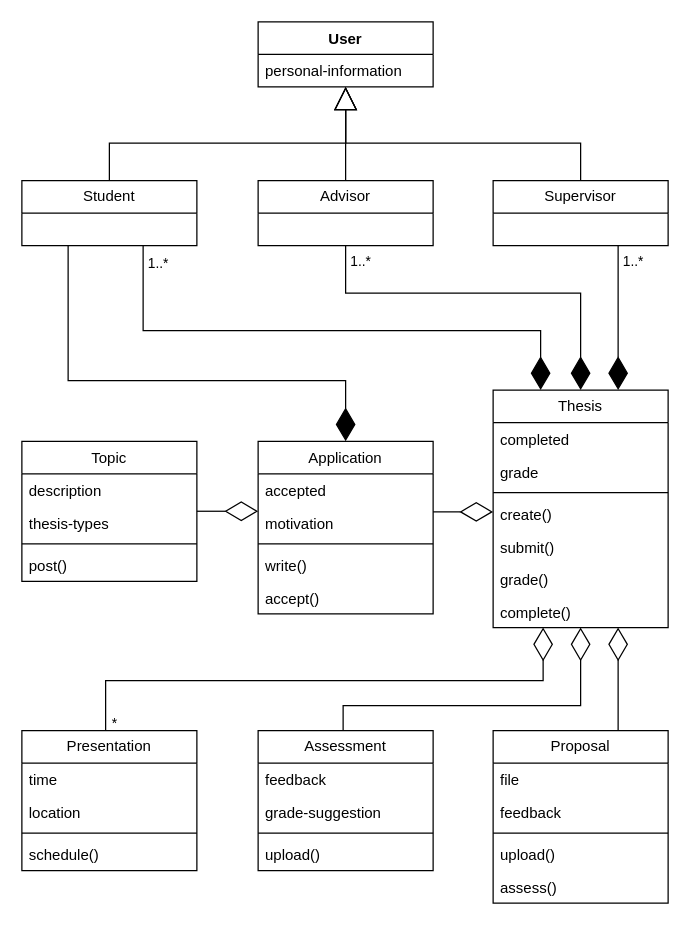
Earlier version of the draw.io diagram analysis-object-modal.drawio (fabian-emilius/bachelor-thesis-charts). Source tidied: cells renumbered, new cells numbered last; positions are measured from the earlier drawing's top-left corner, leaving out a move shared by most shapes. Both pictures are drawn from the tidied source at 125%, with x=0, y=0 at pixel (21, 21).
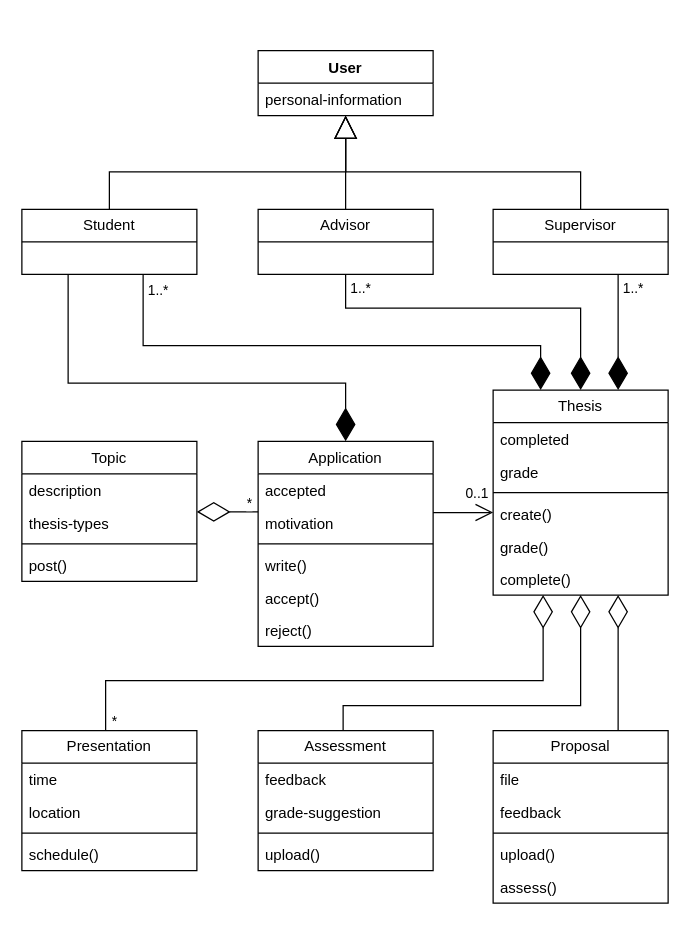
Above is the later version.

Unchanged cells that the change refers to:
```xml
<mxCell id="15" value="Topic" style="swimlane;fontStyle=0;horizontal=1;startSize=26;fillColor=none;whiteSpace=wrap;html=1;" parent="1" vertex="1">
  <mxGeometry y="335.5" width="140" height="112" as="geometry" />
</mxCell>
```

The edit, as a diff of the source:
```diff
@@
     <mxCell id="6" style="endArrow=diamondThin;endFill=1;endSize=24;html=1;rounded=0;edgeStyle=orthogonalEdgeStyle;" parent="1" edge="1" source="14" target="26">
       <mxGeometry relative="1" as="geometry">
         <Array as="points">
-          <mxPoint x="259" y="217" />
-          <mxPoint x="447" y="217" />
+          <mxPoint x="259" y="229" />
+          <mxPoint x="447" y="229" />
         </Array>
       </mxGeometry>
     </mxCell>
@@
     <mxCell id="8" style="endArrow=diamondThin;endFill=1;endSize=24;html=1;rounded=0;edgeStyle=orthogonalEdgeStyle;" parent="1" edge="1" source="13" target="26">
       <mxGeometry relative="1" as="geometry">
         <Array as="points">
-          <mxPoint x="477" y="237" />
-          <mxPoint x="477" y="237" />
+          <mxPoint x="477" y="249" />
+          <mxPoint x="477" y="249" />
         </Array>
       </mxGeometry>
     </mxCell>
     <mxCell id="9" value="1..*" style="edgeLabel;html=1;align=center;verticalAlign=middle;" parent="8" vertex="1">
       <mxGeometry x="-0.71" y="1" relative="1" as="geometry">
-        <mxPoint x="10" y="-5" as="offset" />
+        <mxPoint x="10" y="-3" as="offset" />
       </mxGeometry>
     </mxCell>
-    <mxCell id="10" style="endArrow=diamondThin;endFill=0;endSize=24;html=1;rounded=0;edgeStyle=orthogonalEdgeStyle;" parent="1" edge="1" source="15" target="20">
+    <mxCell id="10" style="endArrow=diamondThin;endFill=0;endSize=24;html=1;rounded=0;edgeStyle=orthogonalEdgeStyle;" parent="1" edge="1" source="20" target="15">
       <mxGeometry relative="1" as="geometry">
         <Array as="points">
-          <mxPoint x="157" y="392" />
-          <mxPoint x="157" y="392" />
+          <mxPoint x="167" y="392" />
+          <mxPoint x="167" y="392" />
         </Array>
       </mxGeometry>
     </mxCell>
+    <mxCell id="58" value="*" style="edgeLabel;html=1;align=center;verticalAlign=middle;" parent="10" vertex="1">
+      <mxGeometry x="-0.81" relative="1" as="geometry">
+        <mxPoint x="-3" y="-8" as="offset" />
+      </mxGeometry>
+    </mxCell>
     <mxCell id="11" style="endArrow=diamondThin;endFill=1;endSize=24;html=1;rounded=0;edgeStyle=orthogonalEdgeStyle;" parent="1" edge="1" source="12" target="20">
       <mxGeometry relative="1" as="geometry">
         <Array as="points">
-          <mxPoint x="37" y="287" />
-          <mxPoint x="259" y="287" />
+          <mxPoint x="37" y="289" />
+          <mxPoint x="259" y="289" />
         </Array>
       </mxGeometry>
     </mxCell>
     <mxCell id="12" value="Student" style="swimlane;fontStyle=0;horizontal=1;startSize=26;fillColor=none;whiteSpace=wrap;html=1;" parent="1" vertex="1">
-      <mxGeometry y="127" width="140" height="52" as="geometry" />
+      <mxGeometry y="150" width="140" height="52" as="geometry" />
     </mxCell>
     <mxCell id="13" value="Supervisor" style="swimlane;fontStyle=0;horizontal=1;startSize=26;fillColor=none;whiteSpace=wrap;html=1;" parent="1" vertex="1">
-      <mxGeometry x="377" y="127" width="140" height="52" as="geometry" />
+      <mxGeometry x="377" y="150" width="140" height="52" as="geometry" />
     </mxCell>
     <mxCell id="14" value="Advisor" style="swimlane;fontStyle=0;horizontal=1;startSize=26;fillColor=none;whiteSpace=wrap;html=1;" parent="1" vertex="1">
-      <mxGeometry x="189" y="127" width="140" height="52" as="geometry" />
+      <mxGeometry x="189" y="150" width="140" height="52" as="geometry" />
     </mxCell>
@@
     <mxCell id="20" value="Application" style="swimlane;fontStyle=0;horizontal=1;startSize=26;fillColor=none;whiteSpace=wrap;html=1;" parent="1" vertex="1">
-      <mxGeometry x="189" y="335.5" width="140" height="138" as="geometry" />
+      <mxGeometry x="189" y="335.5" width="140" height="164" as="geometry" />
     </mxCell>
@@
+    <mxCell id="59" value="reject()" style="text;strokeColor=none;fillColor=none;align=left;verticalAlign=top;spacingLeft=4;spacingRight=4;overflow=hidden;whiteSpace=wrap;html=1;" parent="20" vertex="1">
+      <mxGeometry y="138" width="140" height="26" as="geometry" />
+    </mxCell>
     <mxCell id="26" value="Thesis" style="swimlane;fontStyle=0;horizontal=1;startSize=26;fillColor=none;whiteSpace=wrap;html=1;" parent="1" vertex="1">
-      <mxGeometry x="377" y="294.5" width="140" height="190" as="geometry" />
+      <mxGeometry x="377" y="294.5" width="140" height="164" as="geometry" />
     </mxCell>
@@
-    <mxCell id="31" value="submit()" style="text;strokeColor=none;fillColor=none;align=left;verticalAlign=top;spacingLeft=4;spacingRight=4;overflow=hidden;whiteSpace=wrap;html=1;" parent="26" vertex="1">
-      <mxGeometry y="112" width="140" height="26" as="geometry" />
-    </mxCell>
     <mxCell id="32" value="grade()" style="text;strokeColor=none;fillColor=none;align=left;verticalAlign=top;spacingLeft=4;spacingRight=4;overflow=hidden;whiteSpace=wrap;html=1;" parent="26" vertex="1">
-      <mxGeometry y="138" width="140" height="26" as="geometry" />
+      <mxGeometry y="112" width="140" height="26" as="geometry" />
     </mxCell>
     <mxCell id="33" value="complete()" style="text;strokeColor=none;fillColor=none;align=left;verticalAlign=top;spacingLeft=4;spacingRight=4;overflow=hidden;whiteSpace=wrap;html=1;" parent="26" vertex="1">
-      <mxGeometry y="164" width="140" height="26" as="geometry" />
+      <mxGeometry y="138" width="140" height="26" as="geometry" />
     </mxCell>
@@
     <mxCell id="50" style="endArrow=block;endSize=16;endFill=0;html=1;rounded=0;edgeStyle=orthogonalEdgeStyle;" parent="1" edge="1" source="12" target="53">
       <mxGeometry relative="1" as="geometry">
         <Array as="points">
-          <mxPoint x="70" y="97" />
-          <mxPoint x="259" y="97" />
+          <mxPoint x="70" y="120" />
+          <mxPoint x="259" y="120" />
         </Array>
       </mxGeometry>
     </mxCell>
@@
     <mxCell id="52" style="endArrow=block;endSize=16;endFill=0;html=1;rounded=0;edgeStyle=orthogonalEdgeStyle;" parent="1" edge="1" source="13" target="53">
       <mxGeometry relative="1" as="geometry">
         <Array as="points">
-          <mxPoint x="447" y="97" />
-          <mxPoint x="259" y="97" />
+          <mxPoint x="447" y="120" />
+          <mxPoint x="259" y="120" />
         </Array>
       </mxGeometry>
     </mxCell>
     <mxCell id="53" value="User" style="swimlane;fontStyle=1;align=center;verticalAlign=top;horizontal=1;startSize=26;whiteSpace=wrap;html=1;" parent="1" vertex="1">
-      <mxGeometry x="189" width="140" height="52" as="geometry" />
+      <mxGeometry x="189" y="23" width="140" height="52" as="geometry" />
     </mxCell>
@@
     <mxCell id="55" style="endArrow=diamondThin;endFill=1;endSize=24;html=1;rounded=0;edgeStyle=orthogonalEdgeStyle;" parent="1" edge="1" source="12" target="26">
       <mxGeometry relative="1" as="geometry">
         <Array as="points">
-          <mxPoint x="97" y="247" />
-          <mxPoint x="415" y="247" />
+          <mxPoint x="97" y="259" />
+          <mxPoint x="415" y="259" />
         </Array>
       </mxGeometry>
     </mxCell>
@@
-    <mxCell id="57" style="endArrow=diamondThin;endFill=0;endSize=24;html=1;rounded=0;edgeStyle=orthogonalEdgeStyle;" parent="1" edge="1">
-      <mxGeometry relative="1" as="geometry">
-        <mxPoint x="329" y="392" as="sourcePoint" />
-        <mxPoint x="377" y="392" as="targetPoint" />
-        <Array as="points">
-          <mxPoint x="347" y="392" />
-          <mxPoint x="347" y="392" />
-        </Array>
-      </mxGeometry>
-    </mxCell>
+    <mxCell id="60" style="endArrow=open;endFill=1;endSize=12;html=1;rounded=0;edgeStyle=orthogonalEdgeStyle;" parent="1" edge="1">
+      <mxGeometry relative="1" as="geometry">
+        <mxPoint x="329" y="392.5" as="sourcePoint" />
+        <mxPoint x="377" y="392.5" as="targetPoint" />
+        <Array as="points">
+          <mxPoint x="367" y="392" />
+          <mxPoint x="367" y="392" />
+        </Array>
+      </mxGeometry>
+    </mxCell>
+    <mxCell id="61" value="0..1" style="edgeLabel;html=1;align=center;verticalAlign=middle;" parent="60" vertex="1">
+      <mxGeometry x="0.43" y="2" relative="1" as="geometry">
+        <mxPoint y="-14" as="offset" />
+      </mxGeometry>
+    </mxCell>
```
